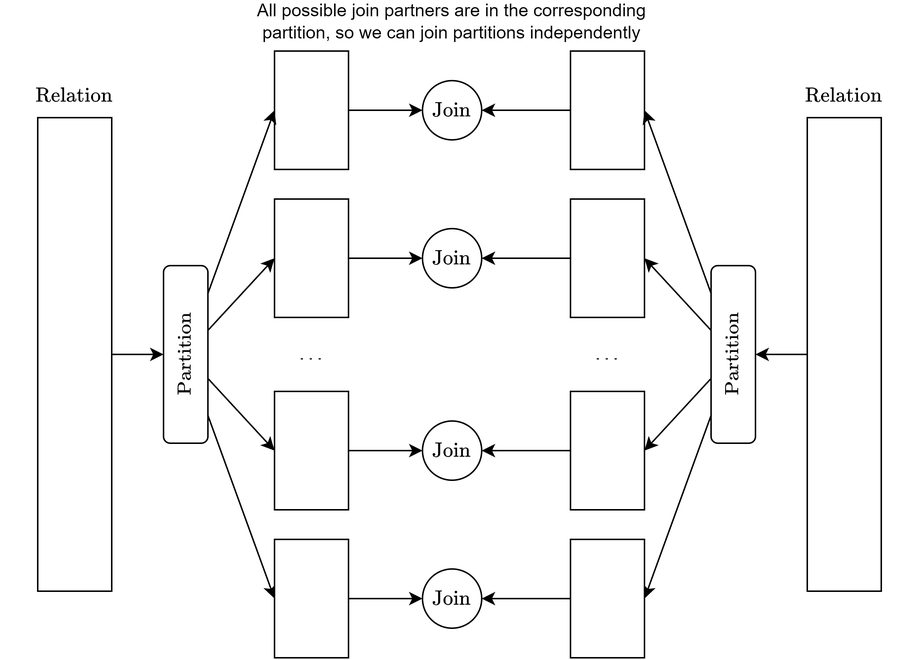
This is 60029 - Data Processing Systems/algorithms_and_indices/images/partitioning.drawio.png from OliverKillane/Imperial-Computing-Notes, a draw.io export, as it was before one commit. Source tidied: cells renumbered, new cells last; positions are measured from the earlier drawing's top-left corner, leaving out a move shared by most shapes.
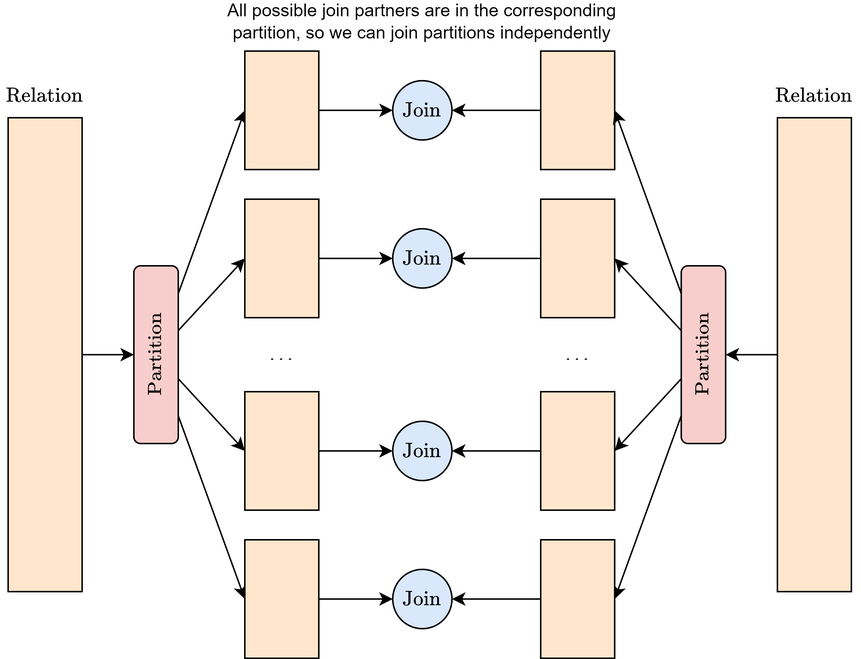
The same diagram one commit later.

The edit, as a diff of the source:
```diff
@@ -5,58 +5,58 @@
     <mxCell id="2" style="edgeStyle=orthogonalEdgeStyle;rounded=0;jettySize=auto;html=1;exitX=1;exitY=0.5;exitDx=0;exitDy=0;entryX=0.5;entryY=0;entryDx=0;entryDy=0;" parent="1" edge="1" source="3" target="25">
       <mxGeometry relative="1" as="geometry" />
     </mxCell>
-    <mxCell id="3" style="rounded=0;whiteSpace=wrap;html=1;" parent="1" vertex="1">
+    <mxCell id="3" style="rounded=0;whiteSpace=wrap;html=1;fillColor=#ffe6cc;strokeColor=#d79b00;" parent="1" vertex="1">
       <mxGeometry x="5" y="75" width="50" height="320" as="geometry" />
     </mxCell>
     <mxCell id="4" style="edgeStyle=orthogonalEdgeStyle;rounded=0;jettySize=auto;html=1;exitX=1;exitY=0.5;exitDx=0;exitDy=0;entryX=0;entryY=0.5;entryDx=0;entryDy=0;" parent="1" edge="1" source="5" target="20">
       <mxGeometry relative="1" as="geometry" />
     </mxCell>
-    <mxCell id="5" style="rounded=0;whiteSpace=wrap;html=1;" parent="1" vertex="1">
+    <mxCell id="5" style="rounded=0;whiteSpace=wrap;html=1;fillColor=#ffe6cc;strokeColor=#d79b00;" parent="1" vertex="1">
       <mxGeometry x="165" y="30" width="50" height="80" as="geometry" />
     </mxCell>
     <mxCell id="6" style="edgeStyle=orthogonalEdgeStyle;rounded=0;jettySize=auto;html=1;exitX=1;exitY=0.5;exitDx=0;exitDy=0;entryX=0;entryY=0.5;entryDx=0;entryDy=0;" parent="1" edge="1" source="7" target="19">
       <mxGeometry relative="1" as="geometry" />
     </mxCell>
-    <mxCell id="7" style="rounded=0;whiteSpace=wrap;html=1;" parent="1" vertex="1">
+    <mxCell id="7" style="rounded=0;whiteSpace=wrap;html=1;fillColor=#ffe6cc;strokeColor=#d79b00;" parent="1" vertex="1">
       <mxGeometry x="165" y="130" width="50" height="80" as="geometry" />
     </mxCell>
     <mxCell id="8" style="edgeStyle=orthogonalEdgeStyle;rounded=0;jettySize=auto;html=1;exitX=1;exitY=0.5;exitDx=0;exitDy=0;entryX=0;entryY=0.5;entryDx=0;entryDy=0;" parent="1" edge="1" source="9" target="18">
       <mxGeometry relative="1" as="geometry" />
     </mxCell>
-    <mxCell id="9" style="rounded=0;whiteSpace=wrap;html=1;" parent="1" vertex="1">
+    <mxCell id="9" style="rounded=0;whiteSpace=wrap;html=1;fillColor=#ffe6cc;strokeColor=#d79b00;" parent="1" vertex="1">
       <mxGeometry x="165" y="260" width="50" height="80" as="geometry" />
     </mxCell>
     <mxCell id="10" style="edgeStyle=orthogonalEdgeStyle;rounded=0;jettySize=auto;html=1;exitX=0;exitY=0.5;exitDx=0;exitDy=0;entryX=1;entryY=0.5;entryDx=0;entryDy=0;" parent="1" edge="1" source="11" target="20">
       <mxGeometry relative="1" as="geometry" />
     </mxCell>
-    <mxCell id="11" style="rounded=0;whiteSpace=wrap;html=1;" parent="1" vertex="1">
+    <mxCell id="11" style="rounded=0;whiteSpace=wrap;html=1;fillColor=#ffe6cc;strokeColor=default;" parent="1" vertex="1">
       <mxGeometry x="365" y="30" width="50" height="80" as="geometry" />
     </mxCell>
     <mxCell id="12" style="edgeStyle=orthogonalEdgeStyle;rounded=0;jettySize=auto;html=1;exitX=0;exitY=0.5;exitDx=0;exitDy=0;entryX=1;entryY=0.5;entryDx=0;entryDy=0;" parent="1" edge="1" source="13" target="19">
       <mxGeometry relative="1" as="geometry" />
     </mxCell>
-    <mxCell id="13" style="rounded=0;whiteSpace=wrap;html=1;" parent="1" vertex="1">
+    <mxCell id="13" style="rounded=0;whiteSpace=wrap;html=1;fillColor=#ffe6cc;strokeColor=default;" parent="1" vertex="1">
       <mxGeometry x="365" y="130" width="50" height="80" as="geometry" />
     </mxCell>
     <mxCell id="14" style="edgeStyle=orthogonalEdgeStyle;rounded=0;jettySize=auto;html=1;exitX=0;exitY=0.5;exitDx=0;exitDy=0;entryX=1;entryY=0.5;entryDx=0;entryDy=0;" parent="1" edge="1" source="15" target="18">
       <mxGeometry relative="1" as="geometry" />
     </mxCell>
-    <mxCell id="15" style="rounded=0;whiteSpace=wrap;html=1;" parent="1" vertex="1">
+    <mxCell id="15" style="rounded=0;whiteSpace=wrap;html=1;fillColor=#ffe6cc;strokeColor=default;" parent="1" vertex="1">
       <mxGeometry x="365" y="260" width="50" height="80" as="geometry" />
     </mxCell>
     <mxCell id="16" style="edgeStyle=none;rounded=0;jettySize=auto;html=1;exitX=0;exitY=0.5;exitDx=0;exitDy=0;entryX=0.5;entryY=1;entryDx=0;entryDy=0;" parent="1" edge="1" source="17" target="30">
       <mxGeometry relative="1" as="geometry" />
     </mxCell>
-    <mxCell id="17" style="rounded=0;whiteSpace=wrap;html=1;" parent="1" vertex="1">
+    <mxCell id="17" style="rounded=0;whiteSpace=wrap;html=1;fillColor=#ffe6cc;strokeColor=default;" parent="1" vertex="1">
       <mxGeometry x="525" y="75" width="50" height="320" as="geometry" />
     </mxCell>
-    <mxCell id="18" value="$$\text{Join}$$" style="ellipse;whiteSpace=wrap;html=1;" parent="1" vertex="1">
+    <mxCell id="18" value="$$\text{Join}$$" style="ellipse;whiteSpace=wrap;html=1;fillColor=#dae8fc;strokeColor=#6c8ebf;" parent="1" vertex="1">
       <mxGeometry x="265" y="280" width="40" height="40" as="geometry" />
     </mxCell>
-    <mxCell id="19" value="$$\text{Join}$$" style="ellipse;whiteSpace=wrap;html=1;" parent="1" vertex="1">
+    <mxCell id="19" value="$$\text{Join}$$" style="ellipse;whiteSpace=wrap;html=1;fillColor=#dae8fc;strokeColor=#6c8ebf;" parent="1" vertex="1">
       <mxGeometry x="265" y="150" width="40" height="40" as="geometry" />
     </mxCell>
-    <mxCell id="20" value="$$\text{Join}$$" style="ellipse;whiteSpace=wrap;html=1;" parent="1" vertex="1">
+    <mxCell id="20" value="$$\text{Join}$$" style="ellipse;whiteSpace=wrap;html=1;fillColor=#dae8fc;strokeColor=#6c8ebf;" parent="1" vertex="1">
       <mxGeometry x="265" y="50" width="40" height="40" as="geometry" />
     </mxCell>
     <mxCell id="21" style="rounded=0;jettySize=auto;html=1;entryX=0;entryY=0.5;entryDx=0;entryDy=0;" parent="1" edge="1" source="25" target="9">
@@ -71,7 +71,7 @@
     <mxCell id="24" style="edgeStyle=none;rounded=0;jettySize=auto;html=1;entryX=0;entryY=0.5;entryDx=0;entryDy=0;" parent="1" edge="1" source="25" target="34">
       <mxGeometry relative="1" as="geometry" />
     </mxCell>
-    <mxCell id="25" value="$$\text{Partition}$$" style="rounded=1;whiteSpace=wrap;html=1;rotation=-90;" parent="1" vertex="1">
+    <mxCell id="25" value="$$\text{Partition}$$" style="rounded=1;whiteSpace=wrap;html=1;rotation=-90;fillColor=#f8cecc;strokeColor=#b85450;" parent="1" vertex="1">
       <mxGeometry x="45" y="220" width="120" height="30" as="geometry" />
     </mxCell>
     <mxCell id="26" style="edgeStyle=none;rounded=0;jettySize=auto;html=1;entryX=1;entryY=0.5;entryDx=0;entryDy=0;" parent="1" edge="1" source="30" target="13">
@@ -86,7 +86,7 @@
     <mxCell id="29" style="edgeStyle=none;rounded=0;jettySize=auto;html=1;entryX=1;entryY=0.5;entryDx=0;entryDy=0;" parent="1" edge="1" source="30" target="36">
       <mxGeometry relative="1" as="geometry" />
     </mxCell>
-    <mxCell id="30" value="$$\text{Partition}$$" style="rounded=1;whiteSpace=wrap;html=1;rotation=-90;" parent="1" vertex="1">
+    <mxCell id="30" value="$$\text{Partition}$$" style="rounded=1;whiteSpace=wrap;html=1;rotation=-90;fillColor=#f8cecc;strokeColor=default;" parent="1" vertex="1">
       <mxGeometry x="415" y="220" width="120" height="30" as="geometry" />
     </mxCell>
     <mxCell id="31" value="$$\dots$$" style="text;html=1;strokeColor=none;fillColor=none;align=center;verticalAlign=middle;whiteSpace=wrap;rounded=0;" parent="1" vertex="1">
@@ -98,16 +98,16 @@
     <mxCell id="33" style="edgeStyle=orthogonalEdgeStyle;rounded=0;jettySize=auto;html=1;exitX=1;exitY=0.5;exitDx=0;exitDy=0;entryX=0;entryY=0.5;entryDx=0;entryDy=0;" parent="1" edge="1" source="34" target="37">
       <mxGeometry relative="1" as="geometry" />
     </mxCell>
-    <mxCell id="34" style="rounded=0;whiteSpace=wrap;html=1;" parent="1" vertex="1">
+    <mxCell id="34" style="rounded=0;whiteSpace=wrap;html=1;fillColor=#ffe6cc;strokeColor=#d79b00;" parent="1" vertex="1">
       <mxGeometry x="165" y="360" width="50" height="80" as="geometry" />
     </mxCell>
     <mxCell id="35" style="edgeStyle=orthogonalEdgeStyle;rounded=0;jettySize=auto;html=1;exitX=0;exitY=0.5;exitDx=0;exitDy=0;entryX=1;entryY=0.5;entryDx=0;entryDy=0;" parent="1" edge="1" source="36" target="37">
       <mxGeometry relative="1" as="geometry" />
     </mxCell>
-    <mxCell id="36" style="rounded=0;whiteSpace=wrap;html=1;" parent="1" vertex="1">
+    <mxCell id="36" style="rounded=0;whiteSpace=wrap;html=1;fillColor=#ffe6cc;strokeColor=#d79b00;" parent="1" vertex="1">
       <mxGeometry x="365" y="360" width="50" height="80" as="geometry" />
     </mxCell>
-    <mxCell id="37" value="$$\text{Join}$$" style="ellipse;whiteSpace=wrap;html=1;" parent="1" vertex="1">
+    <mxCell id="37" value="$$\text{Join}$$" style="ellipse;whiteSpace=wrap;html=1;fillColor=#dae8fc;strokeColor=#6c8ebf;" parent="1" vertex="1">
       <mxGeometry x="265" y="380" width="40" height="40" as="geometry" />
     </mxCell>
     <mxCell id="38" value="$$\text{Relation}$$" style="text;html=1;strokeColor=none;fillColor=none;align=center;verticalAlign=middle;whiteSpace=wrap;rounded=0;" parent="1" vertex="1">
@@ -119,5 +119,38 @@
     <mxCell id="40" value="All possible join partners are in the corresponding partition, so we can join partitions independently" style="text;html=1;strokeColor=none;fillColor=none;align=center;verticalAlign=middle;whiteSpace=wrap;rounded=0;" parent="1" vertex="1">
       <mxGeometry x="150" width="270" height="20" as="geometry" />
     </mxCell>
+    <mxCell id="41" style="rounded=0;whiteSpace=wrap;html=1;fillColor=#ffe6cc;strokeColor=default;" parent="1" vertex="1">
+      <mxGeometry x="5" y="75" width="50" height="320" as="geometry" />
+    </mxCell>
+    <mxCell id="42" value="$$\text{Partition}$$" style="rounded=1;whiteSpace=wrap;html=1;rotation=-90;fillColor=#f8cecc;strokeColor=default;" parent="1" vertex="1">
+      <mxGeometry x="45" y="220" width="120" height="30" as="geometry" />
+    </mxCell>
+    <mxCell id="43" style="rounded=0;whiteSpace=wrap;html=1;fillColor=#ffe6cc;strokeColor=default;" parent="1" vertex="1">
+      <mxGeometry x="165" y="260" width="50" height="80" as="geometry" />
+    </mxCell>
+    <mxCell id="44" style="rounded=0;whiteSpace=wrap;html=1;fillColor=#ffe6cc;strokeColor=default;" parent="1" vertex="1">
+      <mxGeometry x="165" y="130" width="50" height="80" as="geometry" />
+    </mxCell>
+    <mxCell id="45" style="rounded=0;whiteSpace=wrap;html=1;fillColor=#ffe6cc;strokeColor=default;" parent="1" vertex="1">
+      <mxGeometry x="165" y="30" width="50" height="80" as="geometry" />
+    </mxCell>
+    <mxCell id="46" value="$$\text{Join}$$" style="ellipse;whiteSpace=wrap;html=1;fillColor=#dae8fc;strokeColor=default;" parent="1" vertex="1">
+      <mxGeometry x="265" y="50" width="40" height="40" as="geometry" />
+    </mxCell>
+    <mxCell id="47" value="$$\text{Join}$$" style="ellipse;whiteSpace=wrap;html=1;fillColor=#dae8fc;strokeColor=default;" parent="1" vertex="1">
+      <mxGeometry x="265" y="150" width="40" height="40" as="geometry" />
+    </mxCell>
+    <mxCell id="48" value="$$\text{Join}$$" style="ellipse;whiteSpace=wrap;html=1;fillColor=#dae8fc;strokeColor=default;" parent="1" vertex="1">
+      <mxGeometry x="265" y="280" width="40" height="40" as="geometry" />
+    </mxCell>
+    <mxCell id="49" style="rounded=0;whiteSpace=wrap;html=1;fillColor=#ffe6cc;strokeColor=default;" parent="1" vertex="1">
+      <mxGeometry x="165" y="360" width="50" height="80" as="geometry" />
+    </mxCell>
+    <mxCell id="50" value="$$\text{Join}$$" style="ellipse;whiteSpace=wrap;html=1;fillColor=#dae8fc;strokeColor=default;" parent="1" vertex="1">
+      <mxGeometry x="265" y="380" width="40" height="40" as="geometry" />
+    </mxCell>
+    <mxCell id="51" style="rounded=0;whiteSpace=wrap;html=1;fillColor=#ffe6cc;strokeColor=default;" parent="1" vertex="1">
+      <mxGeometry x="365" y="360" width="50" height="80" as="geometry" />
+    </mxCell>
   </root>
 </mxGraphModel>
```
